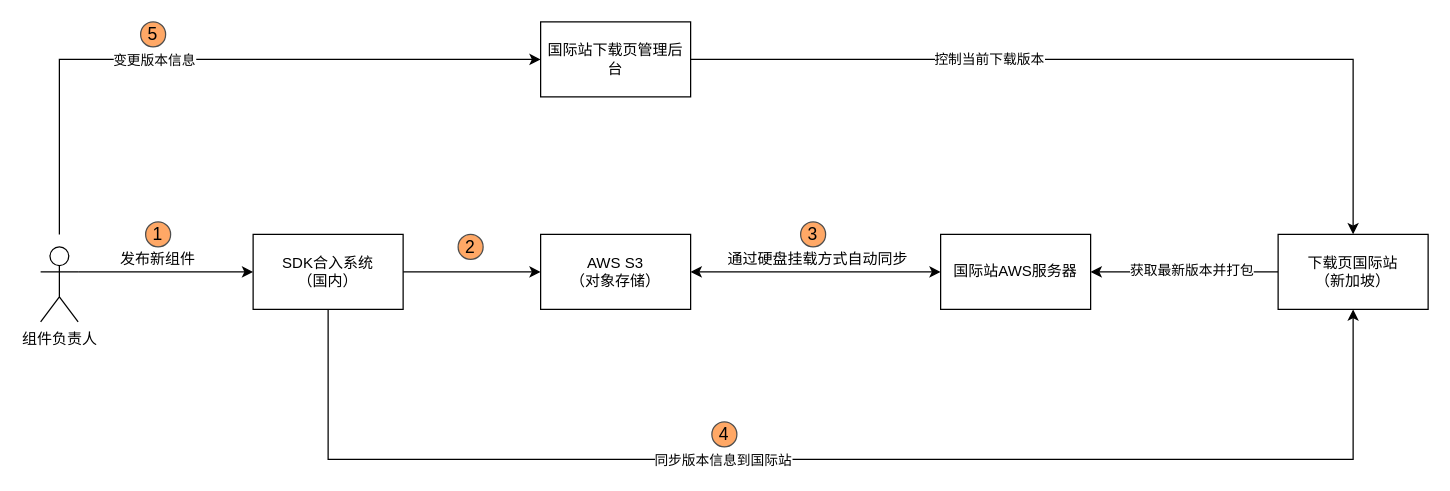
Earlier version of the draw.io diagram 下载页上AWS详细方案.drawio (liliang1213/diagram). Source tidied: cells renumbered, new cells numbered last; positions are measured from the earlier drawing's top-left corner, leaving out a move shared by most shapes. Both pictures are drawn from the tidied source at 125%, with x=0, y=0 at pixel (40, 21).
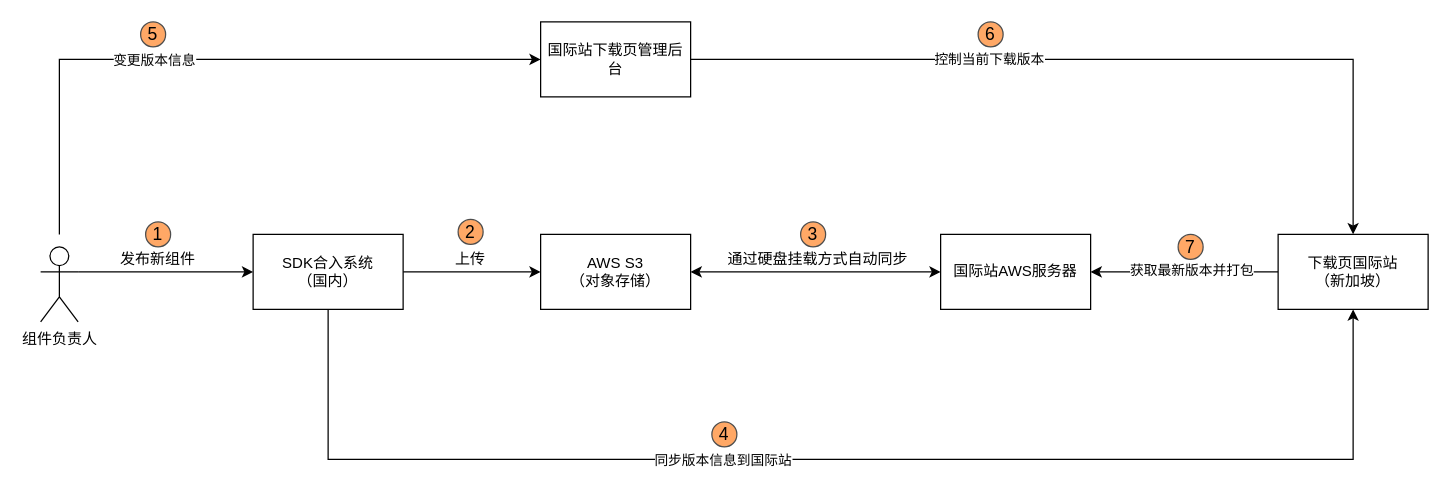
After the change.

Commit message:
Update 下载页上AWS详细方案.drawio

What changed in the source:
```diff
@@
     <mxCell id="12" value="2" style="ellipse;whiteSpace=wrap;html=1;rounded=0;labelBackgroundColor=none;sketch=0;fontSize=14;fillColor=#FFA866;strokeColor=#4D4D4D;" parent="1" vertex="1">
-      <mxGeometry x="334" y="170" width="20" height="20" as="geometry" />
+      <mxGeometry x="334" y="158" width="20" height="20" as="geometry" />
     </mxCell>
@@
+    <mxCell id="26" value="上传" style="text;html=1;strokeColor=none;fillColor=none;align=center;verticalAlign=middle;whiteSpace=wrap;rounded=0;" parent="1" vertex="1">
+      <mxGeometry x="266" y="180" width="156" height="20" as="geometry" />
+    </mxCell>
+    <mxCell id="27" value="7" style="ellipse;whiteSpace=wrap;html=1;rounded=0;labelBackgroundColor=none;sketch=0;fontSize=14;fillColor=#FFA866;strokeColor=#4D4D4D;" parent="1" vertex="1">
+      <mxGeometry x="910" y="170" width="20" height="20" as="geometry" />
+    </mxCell>
+    <mxCell id="28" value="6" style="ellipse;whiteSpace=wrap;html=1;rounded=0;labelBackgroundColor=none;sketch=0;fontSize=14;fillColor=#FFA866;strokeColor=#4D4D4D;" parent="1" vertex="1">
+      <mxGeometry x="750" width="20" height="20" as="geometry" />
+    </mxCell>
```
